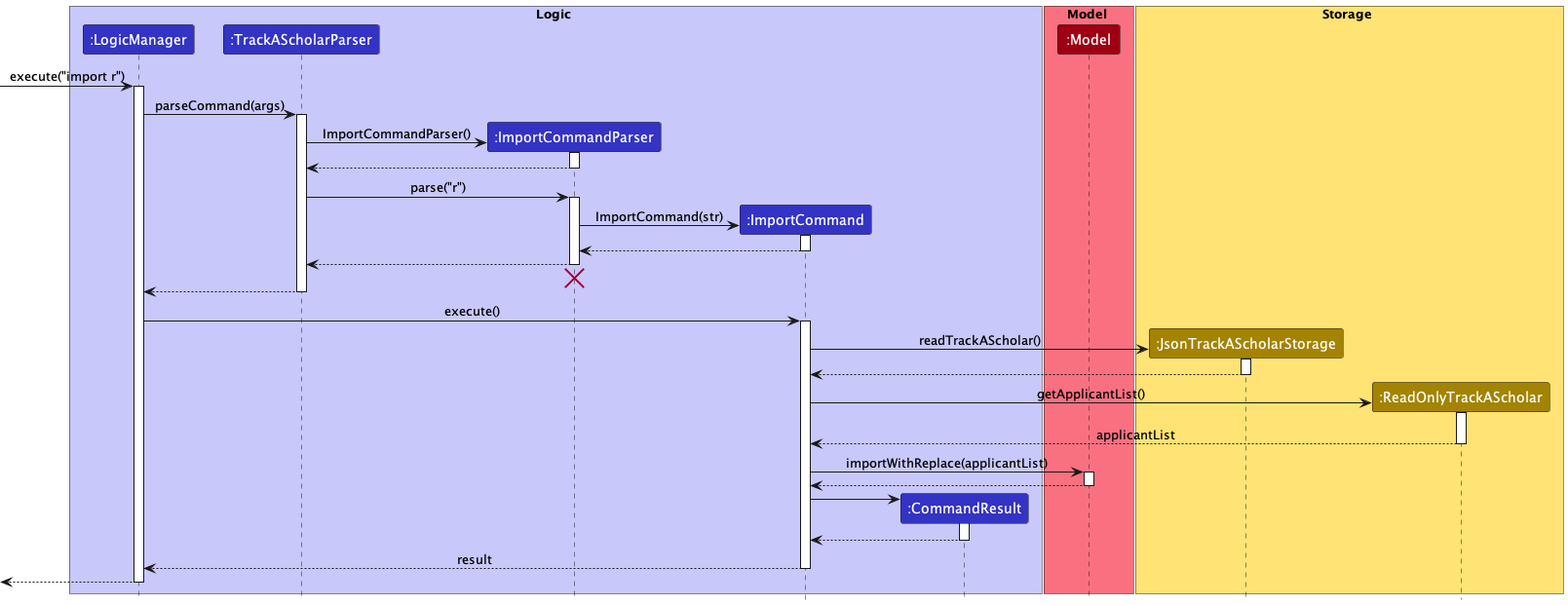
This is docs/images/ImportSequenceDiagram.png from nus-cs2103-AY2223S1/tp, a PlantUML export, as it was before one commit. Source of this version:
```plantuml
@startuml
!include style.puml


box Logic LOGIC_COLOR_T1
participant ":LogicManager" as LogicManager LOGIC_COLOR
participant ":TrackAScholarParser" as TrackAScholarParser LOGIC_COLOR
participant ":ImportCommandParser" as ImportCommandParser LOGIC_COLOR

participant ":ImportCommand" as ImportCommand LOGIC_COLOR
participant ":CommandResult" as CommandResult LOGIC_COLOR
end box

box Model MODEL_COLOR_T1
participant ":Model" as Model MODEL_COLOR
end box

box Storage STORAGE_COLOR_T1
participant ":JsonTrackAScholarStorage" as JsonTrackAScholarStorage STORAGE_COLOR
participant ":ReadOnlyTrackAScholar" as ReadOnlyTrackAScholar STORAGE_COLOR

end box

[-> LogicManager : execute("import r")
activate LogicManager

LogicManager -> TrackAScholarParser : parseCommand(args)
activate TrackAScholarParser

create ImportCommandParser
TrackAScholarParser -> ImportCommandParser : ImportCommandParser()
activate ImportCommandParser

ImportCommandParser --> TrackAScholarParser
deactivate ImportCommandParser


TrackAScholarParser -> ImportCommandParser : parse("r")
activate ImportCommandParser

create ImportCommand
ImportCommandParser -> ImportCommand : ImportCommand(str)
activate ImportCommand

ImportCommand --> ImportCommandParser
deactivate ImportCommand

ImportCommandParser --> TrackAScholarParser
deactivate ImportCommandParser

ImportCommandParser -[hidden]-> TrackAScholarParser
destroy ImportCommandParser

TrackAScholarParser --> LogicManager
deactivate TrackAScholarParser

LogicManager -> ImportCommand : execute()
activate ImportCommand

create JsonTrackAScholarStorage
ImportCommand -> JsonTrackAScholarStorage : readTrackAScholar()

activate JsonTrackAScholarStorage

JsonTrackAScholarStorage --> ImportCommand
deactivate JsonTrackAScholarStorage

create ReadOnlyTrackAScholar
ImportCommand -> ReadOnlyTrackAScholar : getApplicantList()
activate ReadOnlyTrackAScholar

ReadOnlyTrackAScholar --> ImportCommand : applicantList
deactivate

ImportCommand -> Model : importWithReplace(applicantList)
activate Model

Model --> ImportCommand
deactivate


create CommandResult
ImportCommand -> CommandResult
activate CommandResult

CommandResult --> ImportCommand
deactivate CommandResult

ImportCommand --> LogicManager : result
deactivate ImportCommand

[<--LogicManager
deactivate LogicManager
@enduml
```
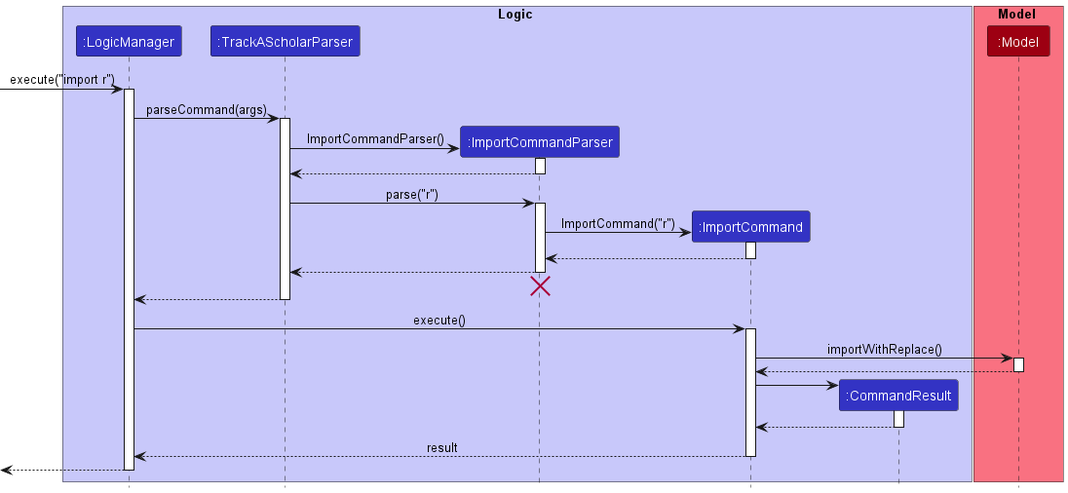
After the commit.

Commit message:
Update import feature implementation in Developer Guide

What changed in the source:
```diff
@@ -13,12 +13,6 @@
 
 box Model MODEL_COLOR_T1
 participant ":Model" as Model MODEL_COLOR
-end box
-
-box Storage STORAGE_COLOR_T1
-participant ":JsonTrackAScholarStorage" as JsonTrackAScholarStorage STORAGE_COLOR
-participant ":ReadOnlyTrackAScholar" as ReadOnlyTrackAScholar STORAGE_COLOR
-
 end box
 
 [-> LogicManager : execute("import r")
@@ -39,7 +33,7 @@
 activate ImportCommandParser
 
 create ImportCommand
-ImportCommandParser -> ImportCommand : ImportCommand(str)
+ImportCommandParser -> ImportCommand : ImportCommand("r")
 activate ImportCommand
 
 ImportCommand --> ImportCommandParser
@@ -57,22 +51,7 @@
 LogicManager -> ImportCommand : execute()
 activate ImportCommand
 
-create JsonTrackAScholarStorage
-ImportCommand -> JsonTrackAScholarStorage : readTrackAScholar()
-
-activate JsonTrackAScholarStorage
-
-JsonTrackAScholarStorage --> ImportCommand
-deactivate JsonTrackAScholarStorage
-
-create ReadOnlyTrackAScholar
-ImportCommand -> ReadOnlyTrackAScholar : getApplicantList()
-activate ReadOnlyTrackAScholar
-
-ReadOnlyTrackAScholar --> ImportCommand : applicantList
-deactivate
-
-ImportCommand -> Model : importWithReplace(applicantList)
+ImportCommand -> Model : importWithReplace()
 activate Model
 
 Model --> ImportCommand
```
